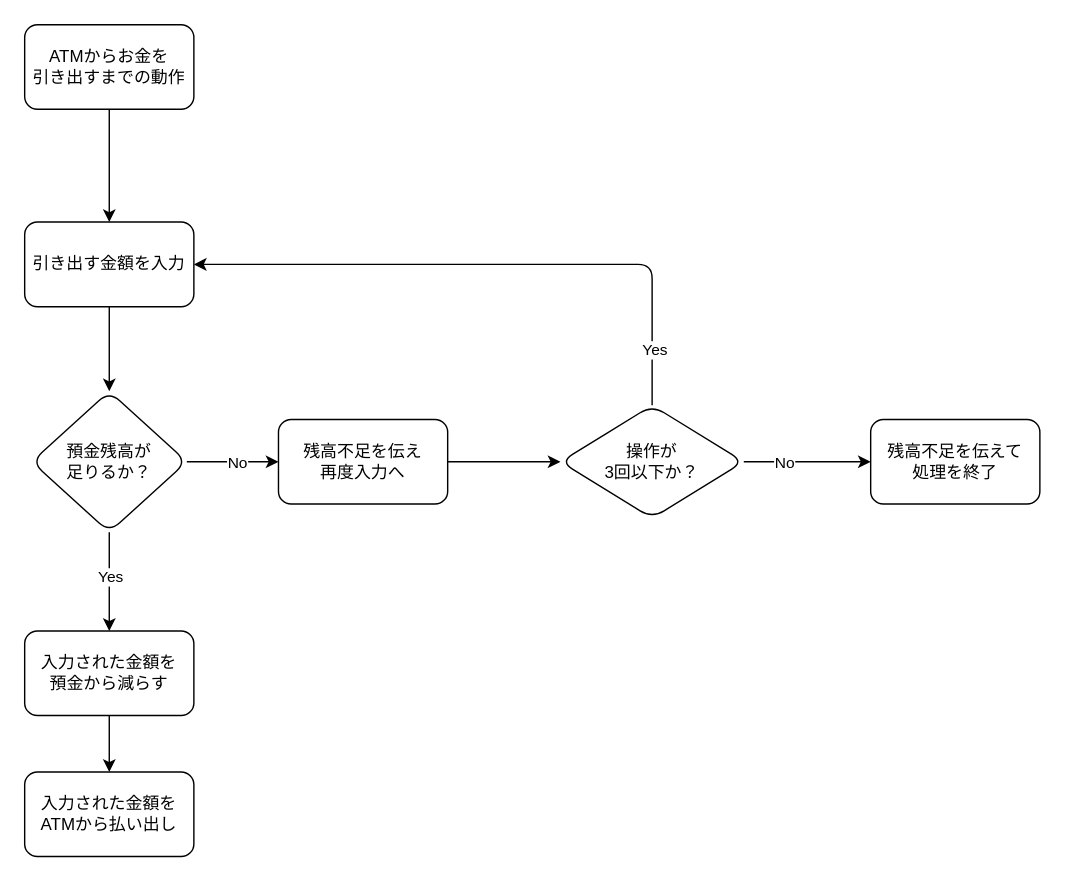
FOXHOUND-Ogasawara/SLStudio_regularStudySession keeps this draw.io diagram as page "ATM" (2 of 2) of No1/sample.drawio. Above is the earlier version. Source tidied: cells renumbered, new cells numbered last; positions are measured from the earlier drawing's top-left corner, leaving out a move shared by most shapes. Both pictures are drawn from the tidied source at 141%, with x=0, y=0 at pixel (24, 24).
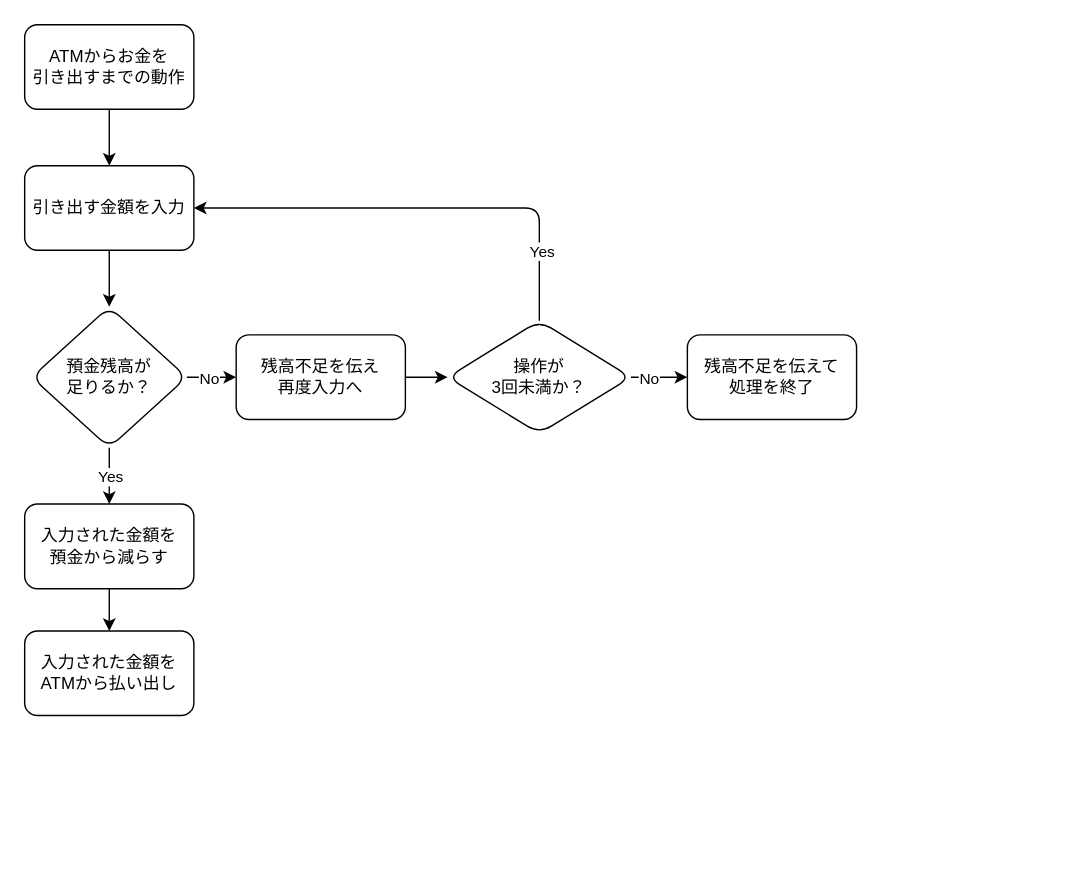
The same diagram, later.

Unchanged cells that the change refers to:
```xml
<mxCell id="8" style="edgeStyle=none;html=1;" parent="1" edge="1" source="10" target="15">
  <mxGeometry relative="1" as="geometry" />
</mxCell>
```

The edit, as a diff of the source:
```diff
@@
     <mxCell id="5" value="引き出す金額を入力" style="whiteSpace=wrap;html=1;rounded=1;" parent="1" vertex="1">
-      <mxGeometry y="140" width="120" height="60" as="geometry" />
+      <mxGeometry y="100" width="120" height="60" as="geometry" />
     </mxCell>
     <mxCell id="6" style="edgeStyle=none;html=1;" parent="1" edge="1" target="12">
       <mxGeometry relative="1" as="geometry">
-        <mxPoint x="60" y="360" as="sourcePoint" />
+        <mxPoint x="60" y="300" as="sourcePoint" />
       </mxGeometry>
     </mxCell>
     <mxCell id="7" value="Yes" style="edgeLabel;html=1;align=center;verticalAlign=middle;" parent="6" vertex="1">
       <mxGeometry x="-0.61" y="1" relative="1" as="geometry">
-        <mxPoint x="-1" y="17" as="offset" />
+        <mxPoint x="-1" y="12" as="offset" />
       </mxGeometry>
     </mxCell>
@@
     <mxCell id="9" value="No" style="edgeLabel;html=1;align=center;verticalAlign=middle;" parent="8" vertex="1">
       <mxGeometry x="-0.42" y="2" relative="1" as="geometry">
-        <mxPoint x="16" y="2" as="offset" />
+        <mxPoint x="5" y="2" as="offset" />
       </mxGeometry>
     </mxCell>
     <mxCell id="10" value="預金残高が&lt;br&gt;足りるか？" style="rhombus;whiteSpace=wrap;html=1;rounded=1;" parent="1" vertex="1">
-      <mxGeometry x="5" y="260" width="110" height="100" as="geometry" />
+      <mxGeometry x="5" y="200" width="110" height="100" as="geometry" />
     </mxCell>
@@
     <mxCell id="12" value="入力された金額を&lt;br&gt;預金から減らす" style="whiteSpace=wrap;html=1;rounded=1;" parent="1" vertex="1">
-      <mxGeometry y="430" width="120" height="60" as="geometry" />
+      <mxGeometry y="340" width="120" height="60" as="geometry" />
     </mxCell>
     <mxCell id="13" value="入力された金額を&lt;br&gt;ATMから払い出し" style="whiteSpace=wrap;html=1;rounded=1;" parent="1" vertex="1">
-      <mxGeometry y="530" width="120" height="60" as="geometry" />
+      <mxGeometry y="430" width="120" height="60" as="geometry" />
     </mxCell>
@@
     <mxCell id="15" value="残高不足を伝え&lt;br&gt;再度入力へ" style="whiteSpace=wrap;html=1;rounded=1;" parent="1" vertex="1">
-      <mxGeometry x="180" y="280" width="120" height="60" as="geometry" />
+      <mxGeometry x="150" y="220" width="120" height="60" as="geometry" />
     </mxCell>
@@
-    <mxCell id="18" style="edgeStyle=none;html=1;entryX=1;entryY=0.5;entryDx=0;entryDy=0;" parent="1" edge="1" source="20" target="5">
+    <mxCell id="18" style="edgeStyle=none;html=1;entryX=1;entryY=0.5;entryDx=0;entryDy=0;exitX=0.5;exitY=0;exitDx=0;exitDy=0;" parent="1" edge="1" source="20" target="5">
       <mxGeometry relative="1" as="geometry">
         <Array as="points">
-          <mxPoint x="445" y="170" />
+          <mxPoint x="365" y="130" />
         </Array>
       </mxGeometry>
     </mxCell>
     <mxCell id="19" value="Yes" style="edgeLabel;html=1;align=center;verticalAlign=middle;" parent="18" vertex="1">
       <mxGeometry x="-0.25" y="-3" relative="1" as="geometry">
-        <mxPoint x="60" y="63" as="offset" />
+        <mxPoint x="43" y="33" as="offset" />
       </mxGeometry>
     </mxCell>
-    <mxCell id="20" value="操作が&lt;br&gt;3回以下か？" style="rhombus;whiteSpace=wrap;html=1;rounded=1;" parent="1" vertex="1">
-      <mxGeometry x="380" y="270" width="130" height="80" as="geometry" />
+    <mxCell id="20" value="操作が&lt;br&gt;3回未満か？" style="rhombus;whiteSpace=wrap;html=1;rounded=1;" parent="1" vertex="1">
+      <mxGeometry x="300" y="210" width="130" height="80" as="geometry" />
     </mxCell>
     <mxCell id="21" value="残高不足を伝えて&lt;br&gt;処理を終了" style="whiteSpace=wrap;html=1;rounded=1;" parent="1" vertex="1">
-      <mxGeometry x="600" y="280" width="120" height="60" as="geometry" />
+      <mxGeometry x="470" y="220" width="120" height="60" as="geometry" />
     </mxCell>
```
